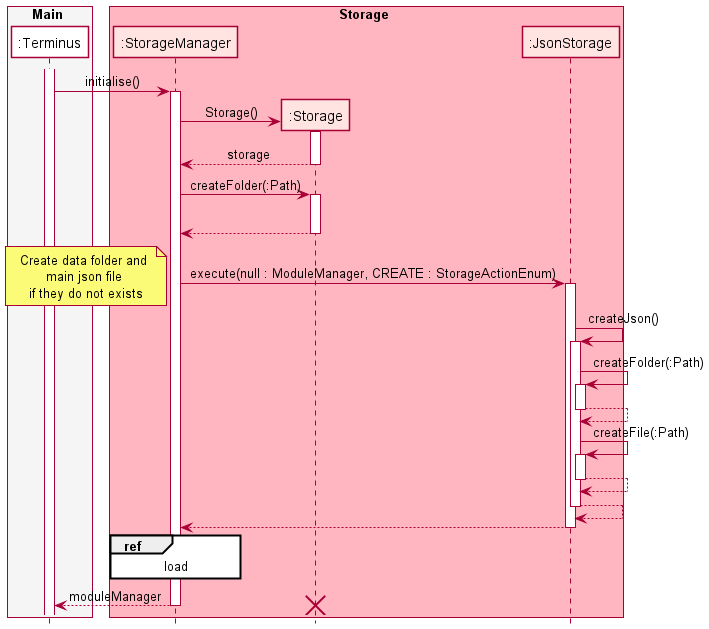
This is docs/attachments/StorageLoadSequenceDiagram_part1.png from nus-cs2113-AY2122S1/tp, a PlantUML export, as it was before one commit. Source of this version:
```plantuml
@startuml

!include ../SequenceStyle.puml

box Main TERMINUS_BOX_COLOR
participant ":Terminus" as Terminus TERMINUS_COLOR
endbox

box Storage STORAGE_BOX_COLOR
participant ":StorageManager" as StorageManager STORAGE_COLOR
participant ":Storage" as Storage STORAGE_COLOR
participant ":JsonStorage" as JsonStorage STORAGE_COLOR
endbox

activate Terminus
Terminus -> StorageManager : initialise()
activate StorageManager
Create Storage
  StorageManager -> Storage : Storage()
  activate Storage
return storage
StorageManager -> Storage : createFolder(:Path)
activate Storage
|||
return
StorageManager -> JsonStorage : execute(null : ModuleManager, CREATE : StorageActionEnum)
activate JsonStorage
note left: Create data folder and \nmain json file \nif they do not exists
  JsonStorage -> JsonStorage : createJson()
  activate JsonStorage
  JsonStorage -> JsonStorage : createFolder(:Path)
  activate JsonStorage
  return
  JsonStorage -> JsonStorage : createFile(:Path)
  activate JsonStorage
  return
return
return
ref over StorageManager
  load
end
return moduleManager
destroy Storage


@enduml
```
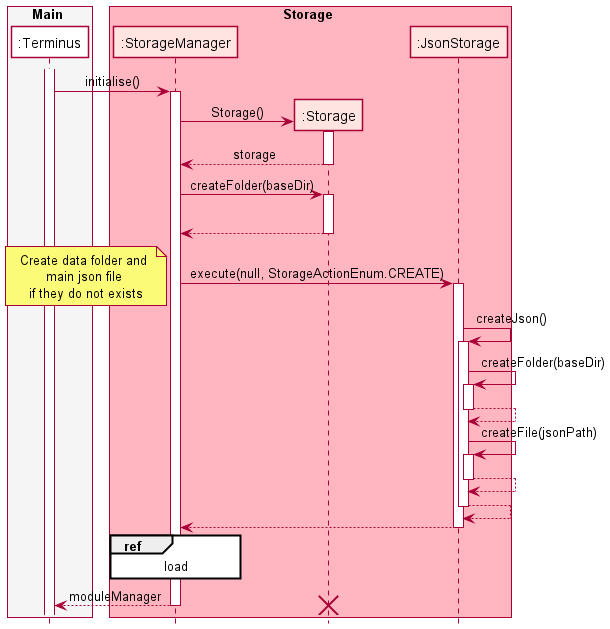
Later version of the same file.

Change to the diagram source:
```diff
@@ -19,19 +19,19 @@
   StorageManager -> Storage : Storage()
   activate Storage
 return storage
-StorageManager -> Storage : createFolder(:Path)
+StorageManager -> Storage : createFolder(baseDir)
 activate Storage
 |||
 return
-StorageManager -> JsonStorage : execute(null : ModuleManager, CREATE : StorageActionEnum)
+StorageManager -> JsonStorage : execute(null, StorageActionEnum.CREATE)
 activate JsonStorage
 note left: Create data folder and \nmain json file \nif they do not exists
   JsonStorage -> JsonStorage : createJson()
   activate JsonStorage
-  JsonStorage -> JsonStorage : createFolder(:Path)
+  JsonStorage -> JsonStorage : createFolder(baseDir)
   activate JsonStorage
   return
-  JsonStorage -> JsonStorage : createFile(:Path)
+  JsonStorage -> JsonStorage : createFile(jsonPath)
   activate JsonStorage
   return
 return
```
